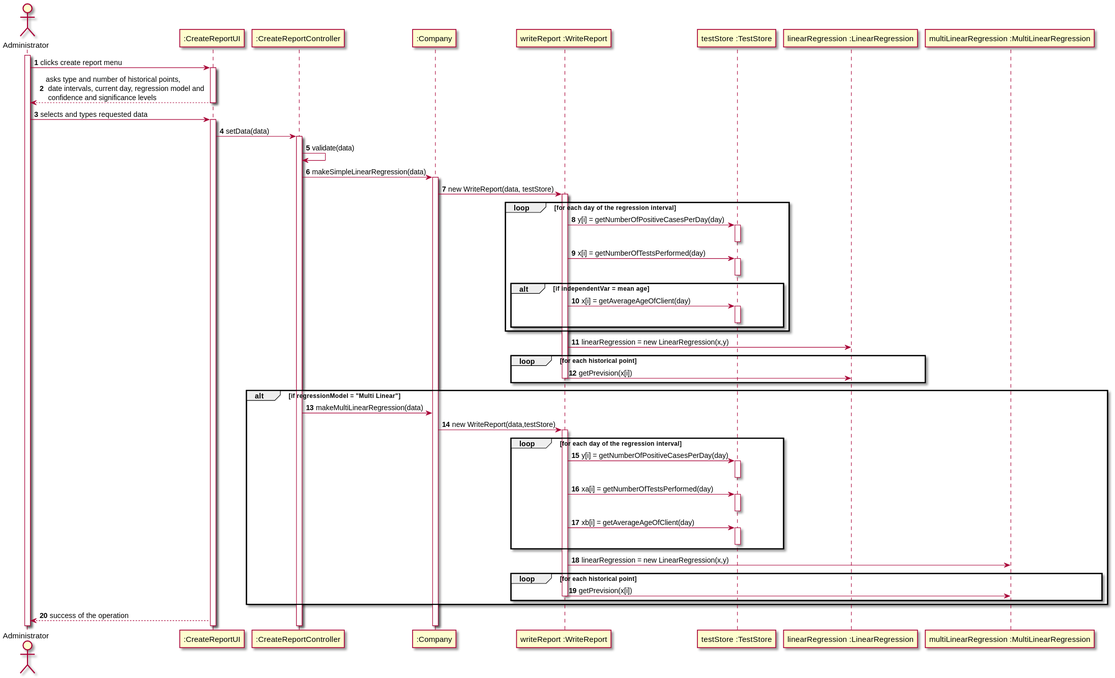
The PlantUML diagram docs/SprintD/US18/US18_SD.svg in MadDinosaur/ISEP-LAPR2, before a commit.
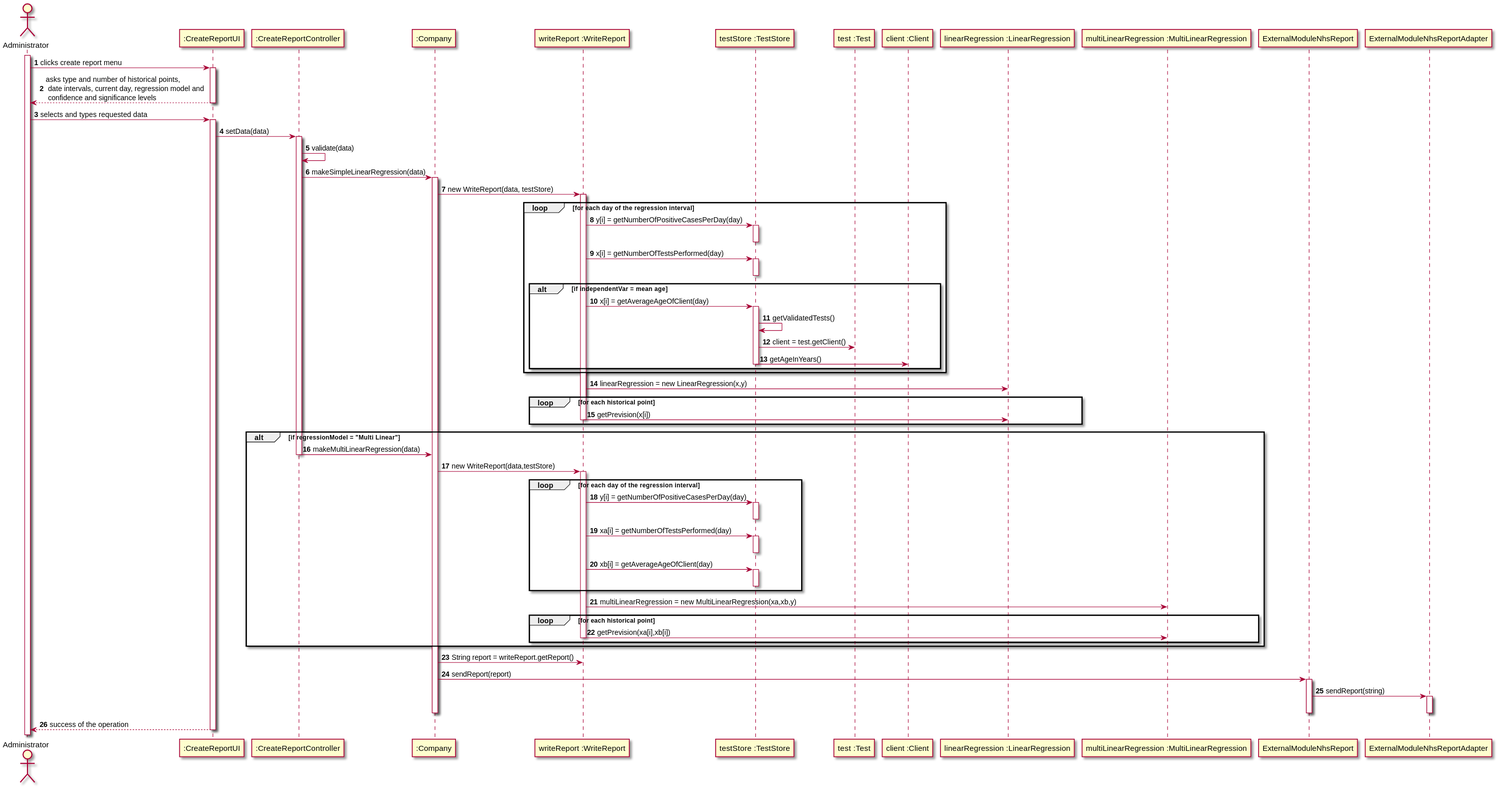
The same diagram one commit later.

Change to the diagram source:
```diff
@@ -8,8 +8,14 @@
 participant ":Company" as company
 participant "writeReport :WriteReport"
 participant "testStore :TestStore"
+participant "test :Test"
+participant "client :Client"
 participant "linearRegression :LinearRegression"
 participant "multiLinearRegression :MultiLinearRegression"
+participant ExternalModuleNhsReport as interface
+participant ExternalModuleNhsReportAdapter as adapter
+
+
 
 activate admin
 admin -> ui : clicks create report menu
@@ -35,6 +41,9 @@
 alt if independentVar = mean age
 "writeReport :WriteReport" -> "testStore :TestStore" : x[i] = getAverageAgeOfClient(day)
 activate "testStore :TestStore"
+"testStore :TestStore" -> "testStore :TestStore" : getValidatedTests()
+"testStore :TestStore" -> "test :Test" : client = test.getClient()
+"testStore :TestStore" -> "client :Client" : getAgeInYears()
 deactivate "testStore :TestStore"
 end
 end
@@ -45,6 +54,7 @@
 end
 alt if regressionModel = "Multi Linear"
 ctrl -> company : makeMultiLinearRegression(data)
+deactivate ctrl
 company -> "writeReport :WriteReport" : new WriteReport(data,testStore)
 activate "writeReport :WriteReport"
 loop for each day of the regression interval
@@ -58,12 +68,21 @@
 activate "testStore :TestStore"
 deactivate "testStore :TestStore"
 end
-"writeReport :WriteReport" -> "multiLinearRegression :MultiLinearRegression" : linearRegression = new LinearRegression(x,y)
+"writeReport :WriteReport" -> "multiLinearRegression :MultiLinearRegression" : multiLinearRegression  = new MultiLinearRegression(xa,xb,y)
 loop for each historical point
-"writeReport :WriteReport" -> "multiLinearRegression :MultiLinearRegression" : getPrevision(x[i])
+"writeReport :WriteReport" -> "multiLinearRegression :MultiLinearRegression" : getPrevision(xa[i],xb[i])
 deactivate "writeReport :WriteReport"
 end
 end
+company -> "writeReport :WriteReport" : String report = writeReport.getReport()
+company -> interface : sendReport(report)
+activate interface
+interface -> adapter : sendReport(string)
+activate adapter
+deactivate interface
+deactivate adapter
+deactivate company
 ui --> admin : success of the operation
+deactivate ui
 
 @enduml
```
